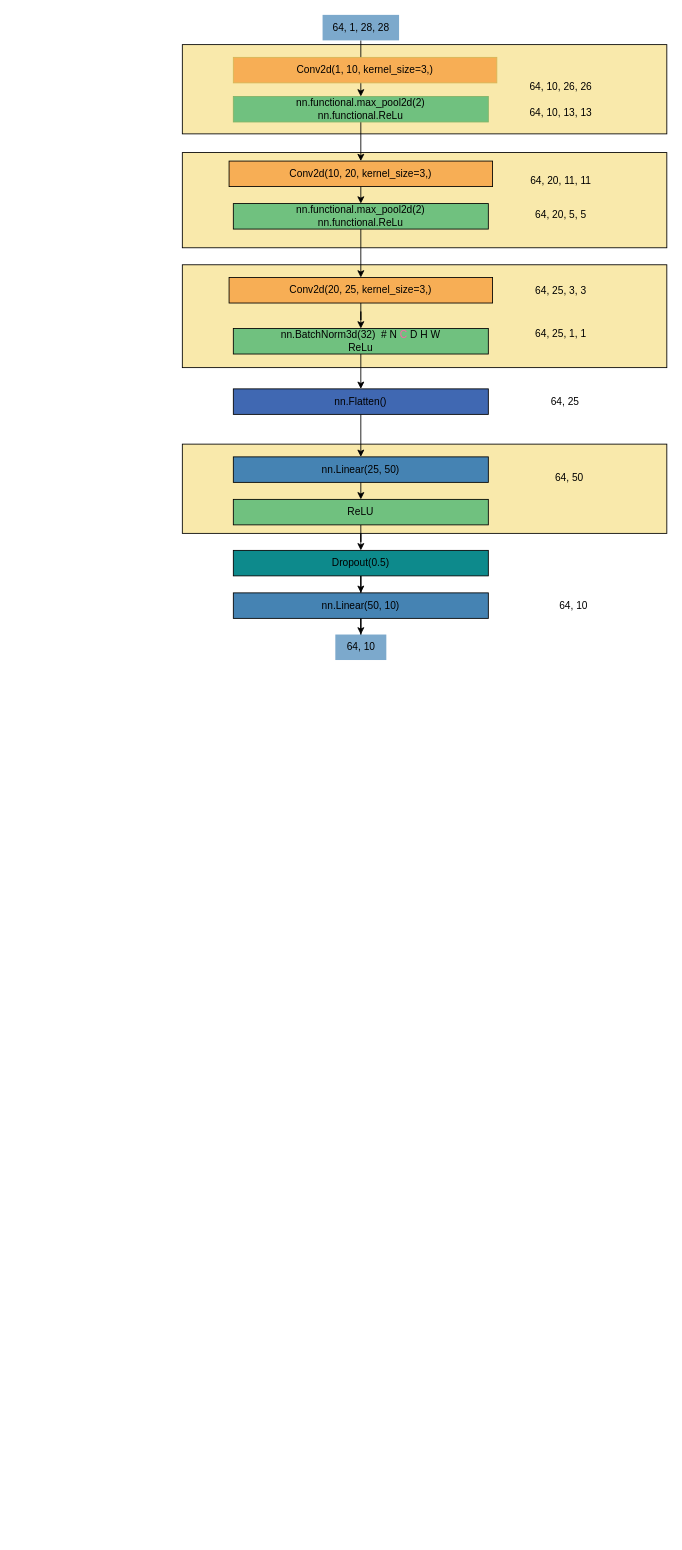
This is postgraduation/23luo_NeuralNetwork.drawio from Thesoul20/daily-work, a draw.io file, before an edit. Source tidied: cells renumbered, new cells numbered last; positions are measured from the earlier drawing's top-left corner, leaving out a move shared by most shapes. Both pictures are drawn from the tidied source at 85%, with x=0, y=0 at pixel (182, 14).
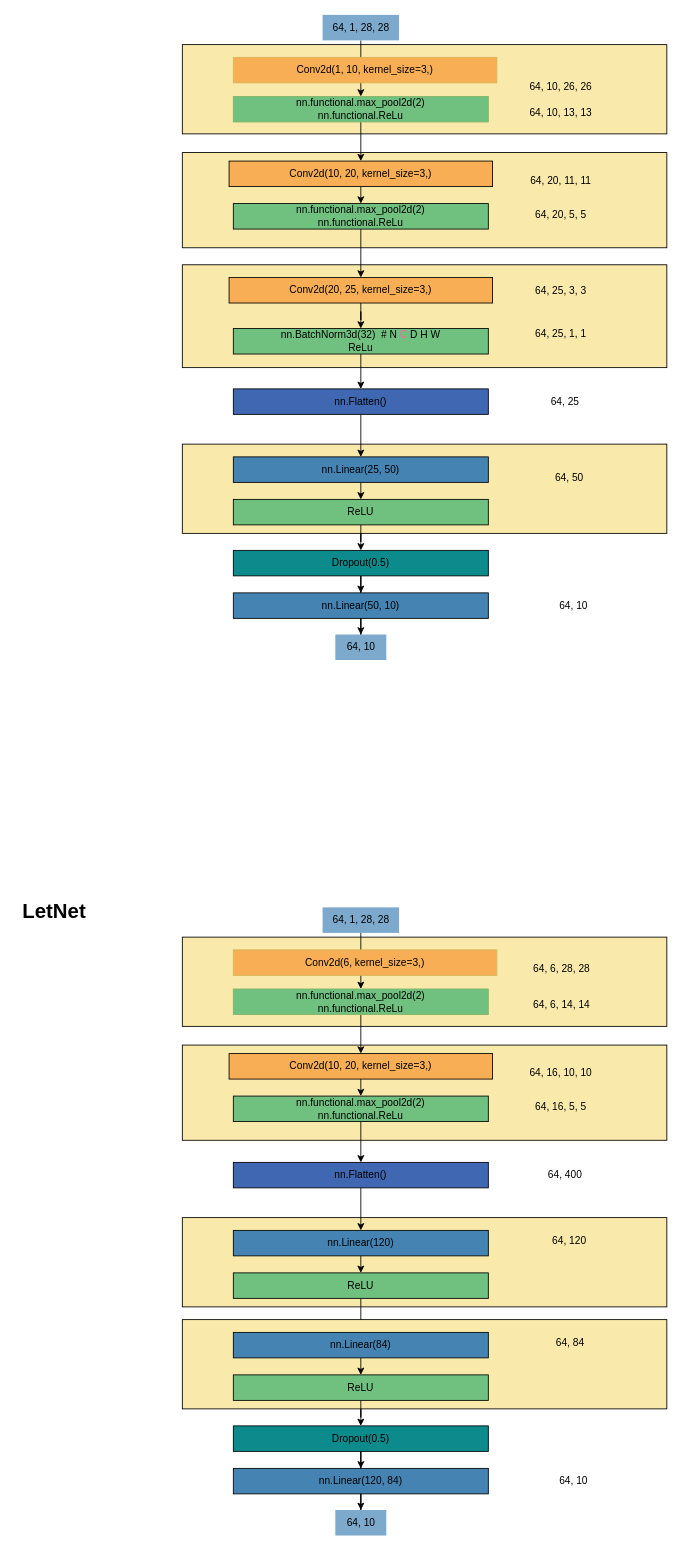
Above is the later version.

Commit message:
complete the design of LetNet

The edit, as a diff of the source:
```diff
@@
+    <mxCell id="39" style="rounded=0;whiteSpace=wrap;html=1;fillColor=#F9E9AB;" parent="1" vertex="1">
+      <mxGeometry y="1415" width="570" height="105" as="geometry" />
+    </mxCell>
+    <mxCell id="40" style="rounded=0;whiteSpace=wrap;html=1;fillColor=#F9E9AB;" parent="1" vertex="1">
+      <mxGeometry y="1212" width="570" height="112" as="geometry" />
+    </mxCell>
+    <mxCell id="41" style="rounded=0;whiteSpace=wrap;html=1;fillColor=#F9E9AB;" parent="1" vertex="1">
+      <mxGeometry y="1085" width="570" height="105" as="geometry" />
+    </mxCell>
+    <mxCell id="42" style="edgeStyle=orthogonalEdgeStyle;rounded=0;jettySize=auto;html=1;" parent="1" edge="1" source="43" target="46">
+      <mxGeometry relative="1" as="geometry" />
+    </mxCell>
+    <mxCell id="43" value="64, 1, 28, 28" style="text;html=1;align=center;verticalAlign=middle;points=[];strokeColor=none;fillColor=#7CA9CC;" parent="1" vertex="1">
+      <mxGeometry x="165" y="1050" width="90" height="30" as="geometry" />
+    </mxCell>
+    <mxCell id="44" value="Conv2d(6, kernel_size=3,)" style="whiteSpace=wrap;html=1;fillColor=#F7AE55;strokeColor=#d6b656;" parent="1" vertex="1">
+      <mxGeometry x="60" y="1100" width="310" height="30" as="geometry" />
+    </mxCell>
+    <mxCell id="45" style="edgeStyle=orthogonalEdgeStyle;rounded=0;jettySize=auto;html=1;" parent="1" edge="1" source="46" target="49">
+      <mxGeometry relative="1" as="geometry" />
+    </mxCell>
+    <mxCell id="46" value="&lt;div&gt;nn.functional.max_pool2d(2) &lt;br&gt;nn.functional.ReLu&lt;br&gt;&lt;/div&gt;" style="whiteSpace=wrap;html=1;fillColor=#70c17f;strokeColor=#82b366;" parent="1" vertex="1">
+      <mxGeometry x="60" y="1146" width="300" height="30" as="geometry" />
+    </mxCell>
+    <mxCell id="47" value="64, 6, 28, 28" style="text;html=1;align=center;verticalAlign=middle;strokeColor=none;fillColor=none;" parent="1" vertex="1">
+      <mxGeometry x="401" y="1110" width="89" height="26" as="geometry" />
+    </mxCell>
+    <mxCell id="48" style="edgeStyle=orthogonalEdgeStyle;rounded=0;jettySize=auto;html=1;exitX=0.5;exitY=1;exitDx=0;exitDy=0;entryX=0.5;entryY=0;entryDx=0;entryDy=0;" parent="1" edge="1" source="49" target="51">
+      <mxGeometry relative="1" as="geometry" />
+    </mxCell>
+    <mxCell id="49" value="Conv2d(10, 20, kernel_size=3,)" style="whiteSpace=wrap;html=1;fillColor=#F7AE55;" parent="1" vertex="1">
+      <mxGeometry x="55" y="1222" width="310" height="30" as="geometry" />
+    </mxCell>
+    <mxCell id="50" style="edgeStyle=orthogonalEdgeStyle;rounded=0;jettySize=auto;html=1;exitX=0.5;exitY=1;exitDx=0;exitDy=0;entryX=0.5;entryY=0;entryDx=0;entryDy=0;" parent="1" edge="1" source="51" target="53">
+      <mxGeometry relative="1" as="geometry" />
+    </mxCell>
+    <mxCell id="51" value="&lt;div&gt;nn.functional.max_pool2d(2)&lt;br&gt;nn.functional.ReLu&lt;br&gt;&lt;/div&gt;" style="whiteSpace=wrap;html=1;fillColor=#70C17F;" parent="1" vertex="1">
+      <mxGeometry x="60" y="1272" width="300" height="30" as="geometry" />
+    </mxCell>
+    <mxCell id="52" style="edgeStyle=orthogonalEdgeStyle;rounded=0;jettySize=auto;html=1;exitX=0.5;exitY=1;exitDx=0;exitDy=0;" parent="1" edge="1" source="53" target="56">
+      <mxGeometry relative="1" as="geometry" />
+    </mxCell>
+    <mxCell id="53" value="nn.Flatten()" style="whiteSpace=wrap;html=1;fillColor=#4068B2;" parent="1" vertex="1">
+      <mxGeometry x="60" y="1350" width="300" height="30" as="geometry" />
+    </mxCell>
+    <mxCell id="54" value="64, 400" style="text;html=1;align=center;verticalAlign=middle;strokeColor=none;fillColor=none;" parent="1" vertex="1">
+      <mxGeometry x="420" y="1352" width="60" height="26" as="geometry" />
+    </mxCell>
+    <mxCell id="55" style="edgeStyle=orthogonalEdgeStyle;rounded=0;jettySize=auto;html=1;exitX=0.5;exitY=1;exitDx=0;exitDy=0;entryX=0.5;entryY=0;entryDx=0;entryDy=0;" parent="1" edge="1" source="56" target="61">
+      <mxGeometry relative="1" as="geometry" />
+    </mxCell>
+    <mxCell id="56" value="nn.Linear(120)" style="whiteSpace=wrap;html=1;fillColor=#4583B3;" parent="1" vertex="1">
+      <mxGeometry x="60" y="1430" width="300" height="30" as="geometry" />
+    </mxCell>
+    <mxCell id="57" value="64, 120" style="text;html=1;align=center;verticalAlign=middle;strokeColor=none;fillColor=none;" parent="1" vertex="1">
+      <mxGeometry x="425" y="1430" width="60" height="26" as="geometry" />
+    </mxCell>
+    <mxCell id="58" style="edgeStyle=orthogonalEdgeStyle;rounded=0;jettySize=auto;html=1;exitX=0.5;exitY=1;exitDx=0;exitDy=0;" parent="1" edge="1" source="59" target="68">
+      <mxGeometry relative="1" as="geometry" />
+    </mxCell>
+    <mxCell id="59" value="nn.Linear(120, 84)" style="whiteSpace=wrap;html=1;fillColor=#4583B3;" parent="1" vertex="1">
+      <mxGeometry x="60" y="1710" width="300" height="30" as="geometry" />
+    </mxCell>
+    <mxCell id="60" style="edgeStyle=orthogonalEdgeStyle;rounded=0;jettySize=auto;html=1;exitX=0.5;exitY=1;exitDx=0;exitDy=0;entryX=0.5;entryY=0;entryDx=0;entryDy=0;" parent="1" edge="1" source="61" target="71">
+      <mxGeometry relative="1" as="geometry" />
+    </mxCell>
+    <mxCell id="61" value="ReLU" style="whiteSpace=wrap;html=1;fillColor=#70C17F;" parent="1" vertex="1">
+      <mxGeometry x="60" y="1480" width="300" height="30" as="geometry" />
+    </mxCell>
+    <mxCell id="62" value="64, 10" style="text;html=1;align=center;verticalAlign=middle;strokeColor=none;fillColor=none;" parent="1" vertex="1">
+      <mxGeometry x="430" y="1710" width="60" height="30" as="geometry" />
+    </mxCell>
+    <mxCell id="63" style="edgeStyle=orthogonalEdgeStyle;rounded=0;jettySize=auto;html=1;" parent="1" edge="1" source="64" target="59">
+      <mxGeometry relative="1" as="geometry" />
+    </mxCell>
+    <mxCell id="64" value="Dropout(0.5)" style="whiteSpace=wrap;html=1;fillColor=#0D8A8C;" parent="1" vertex="1">
+      <mxGeometry x="60" y="1660" width="300" height="30" as="geometry" />
+    </mxCell>
+    <mxCell id="65" value="64, 6, 14, 14" style="text;html=1;align=center;verticalAlign=middle;strokeColor=none;fillColor=none;" parent="1" vertex="1">
+      <mxGeometry x="401" y="1152" width="89" height="26" as="geometry" />
+    </mxCell>
+    <mxCell id="66" value="64, 16, 10, 10" style="text;html=1;align=center;verticalAlign=middle;strokeColor=none;fillColor=none;" parent="1" vertex="1">
+      <mxGeometry x="397" y="1232" width="96" height="26" as="geometry" />
+    </mxCell>
+    <mxCell id="67" value="64, 16, 5, 5" style="text;html=1;align=center;verticalAlign=middle;strokeColor=none;fillColor=none;" parent="1" vertex="1">
+      <mxGeometry x="404" y="1272" width="82" height="26" as="geometry" />
+    </mxCell>
+    <mxCell id="68" value="64, 10" style="text;html=1;align=center;verticalAlign=middle;points=[];strokeColor=none;fillColor=#7CA9CC;" parent="1" vertex="1">
+      <mxGeometry x="180" y="1759" width="60" height="30" as="geometry" />
+    </mxCell>
+    <mxCell id="69" style="rounded=0;whiteSpace=wrap;html=1;fillColor=#F9E9AB;" parent="1" vertex="1">
+      <mxGeometry y="1535" width="570" height="105" as="geometry" />
+    </mxCell>
+    <mxCell id="70" style="edgeStyle=orthogonalEdgeStyle;rounded=0;jettySize=auto;html=1;exitX=0.5;exitY=1;exitDx=0;exitDy=0;entryX=0.5;entryY=0;entryDx=0;entryDy=0;" parent="1" edge="1" source="71" target="74">
+      <mxGeometry relative="1" as="geometry" />
+    </mxCell>
+    <mxCell id="71" value="nn.Linear(84)" style="whiteSpace=wrap;html=1;fillColor=#4583B3;" parent="1" vertex="1">
+      <mxGeometry x="60" y="1550" width="300" height="30" as="geometry" />
+    </mxCell>
+    <mxCell id="72" value="64, 84" style="text;html=1;align=center;verticalAlign=middle;strokeColor=none;fillColor=none;" parent="1" vertex="1">
+      <mxGeometry x="429" y="1550" width="53" height="26" as="geometry" />
+    </mxCell>
+    <mxCell id="73" style="edgeStyle=orthogonalEdgeStyle;rounded=0;jettySize=auto;html=1;exitX=0.5;exitY=1;exitDx=0;exitDy=0;" parent="1" edge="1" source="74" target="64">
+      <mxGeometry relative="1" as="geometry" />
+    </mxCell>
+    <mxCell id="74" value="ReLU" style="whiteSpace=wrap;html=1;fillColor=#70C17F;" parent="1" vertex="1">
+      <mxGeometry x="60" y="1600" width="300" height="30" as="geometry" />
+    </mxCell>
+    <mxCell id="75" value="&lt;h1&gt;LetNet&lt;/h1&gt;" style="text;html=1;align=center;verticalAlign=middle;strokeColor=none;fillColor=none;" parent="1" vertex="1">
+      <mxGeometry x="-197.5" y="1018" width="93" height="73" as="geometry" />
+    </mxCell>
```
